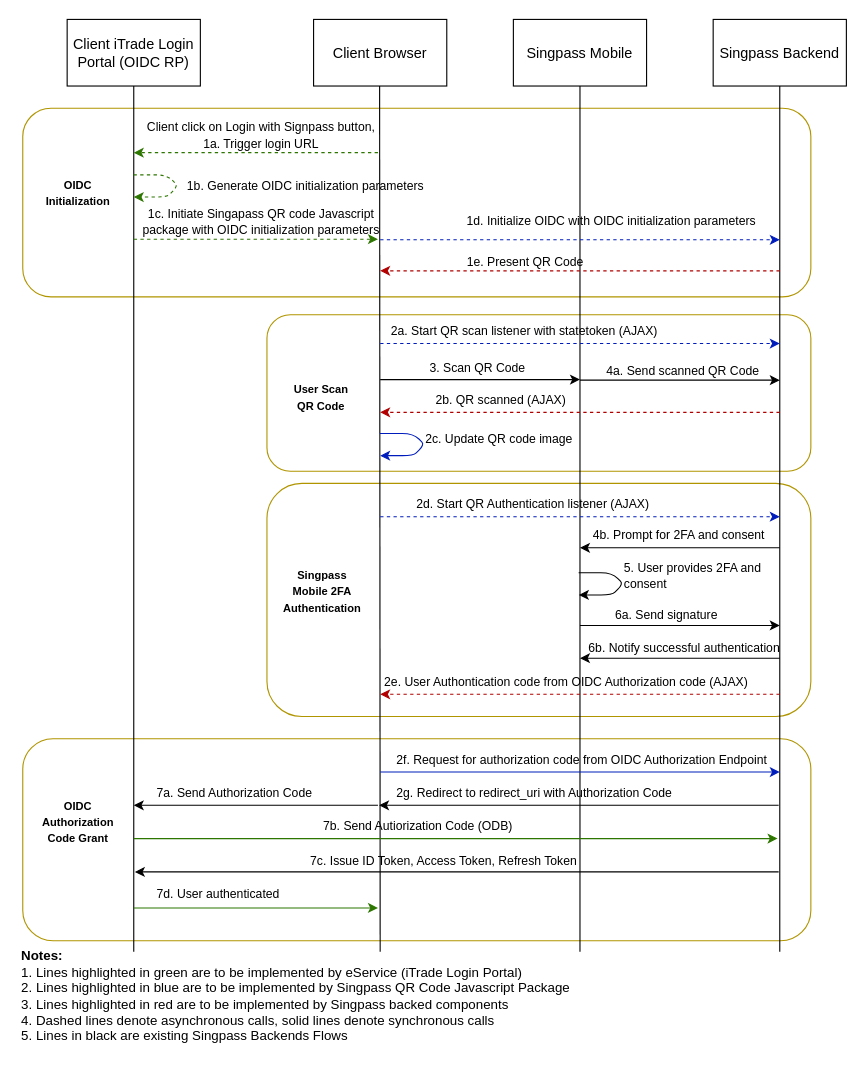
This is page "Page-1" (1 of 3) of SP Diagram.drawio from myomyo/branch, a draw.io file, before an edit. Source tidied: cells renumbered, new cells numbered last; positions are measured from the earlier drawing's top-left corner, leaving out a move shared by most shapes. Both pictures are drawn from the tidied source at 111%, with x=0, y=0 at pixel (19, 19).
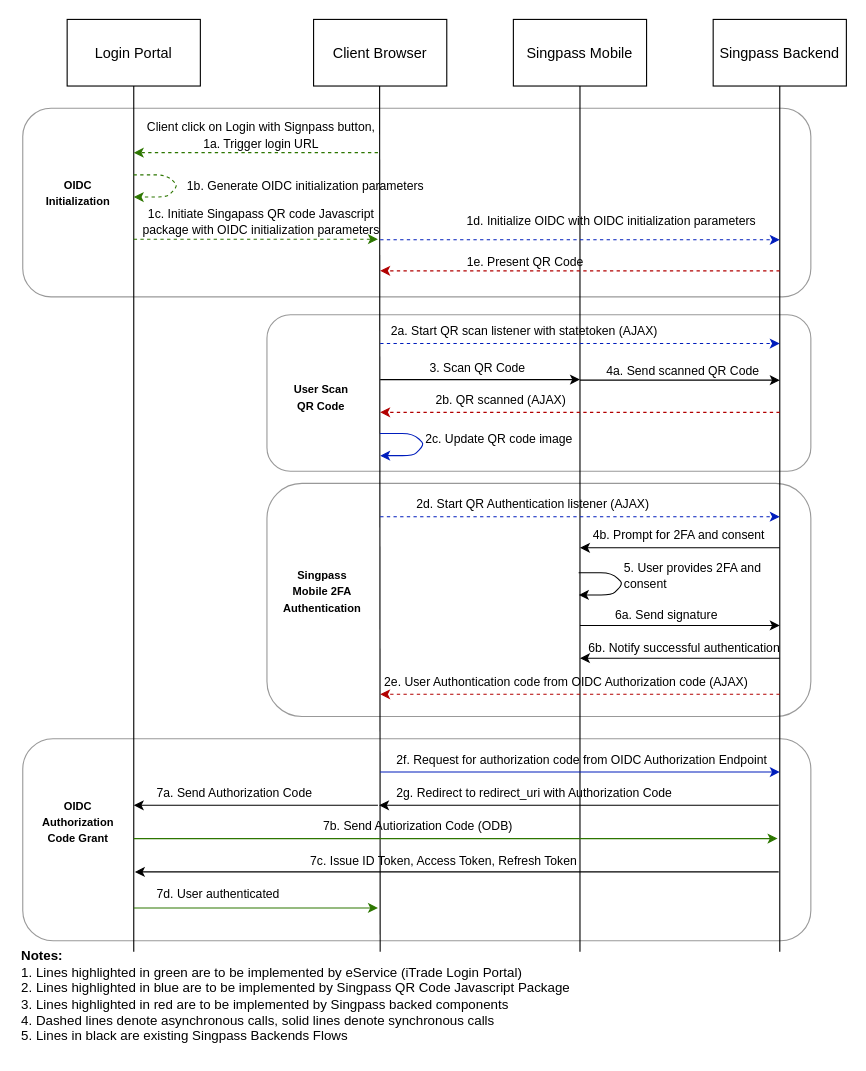
Above is the later version.

Diff of the diagram source:
```diff
@@
-    <mxCell id="2" style="rounded=1;whiteSpace=wrap;html=1;fillColor=none;strokeColor=#B09500;fontColor=#ffffff;" parent="1" vertex="1">
+    <mxCell id="2" style="rounded=1;whiteSpace=wrap;html=1;fillColor=none;strokeColor=#999999;fontColor=#ffffff;" parent="1" vertex="1">
       <mxGeometry x="3" y="648" width="710" height="182" as="geometry" />
     </mxCell>
-    <mxCell id="3" style="rounded=1;whiteSpace=wrap;html=1;fillColor=none;strokeColor=#B09500;fontColor=#ffffff;" parent="1" vertex="1">
+    <mxCell id="3" style="rounded=1;whiteSpace=wrap;html=1;fillColor=none;strokeColor=#999999;fontColor=#ffffff;" parent="1" vertex="1">
       <mxGeometry x="3" y="80" width="710" height="170" as="geometry" />
     </mxCell>
-    <mxCell id="4" style="rounded=1;whiteSpace=wrap;html=1;fillColor=none;strokeColor=#B09500;fontColor=#ffffff;" parent="1" vertex="1">
+    <mxCell id="4" style="rounded=1;whiteSpace=wrap;html=1;fillColor=none;strokeColor=#999999;fontColor=#ffffff;" parent="1" vertex="1">
       <mxGeometry x="223" y="266" width="490" height="141" as="geometry" />
     </mxCell>
-    <mxCell id="5" style="rounded=1;whiteSpace=wrap;html=1;fillColor=none;strokeColor=#B09500;fontColor=#ffffff;" parent="1" vertex="1">
+    <mxCell id="5" style="rounded=1;whiteSpace=wrap;html=1;fillColor=none;strokeColor=#999999;fontColor=#ffffff;" parent="1" vertex="1">
       <mxGeometry x="223" y="418" width="490" height="210" as="geometry" />
     </mxCell>
-    <mxCell id="6" value="&lt;font style=&quot;font-size: 13px&quot;&gt;Client iTrade Login Portal (OIDC RP)&lt;/font&gt;" style="rounded=0;whiteSpace=wrap;html=1;" parent="1" vertex="1">
+    <mxCell id="6" value="&lt;font style=&quot;font-size: 13px&quot;&gt;Login Portal&lt;/font&gt;" style="rounded=0;whiteSpace=wrap;html=1;" parent="1" vertex="1">
       <mxGeometry x="43" width="120" height="60" as="geometry" />
     </mxCell>
```
